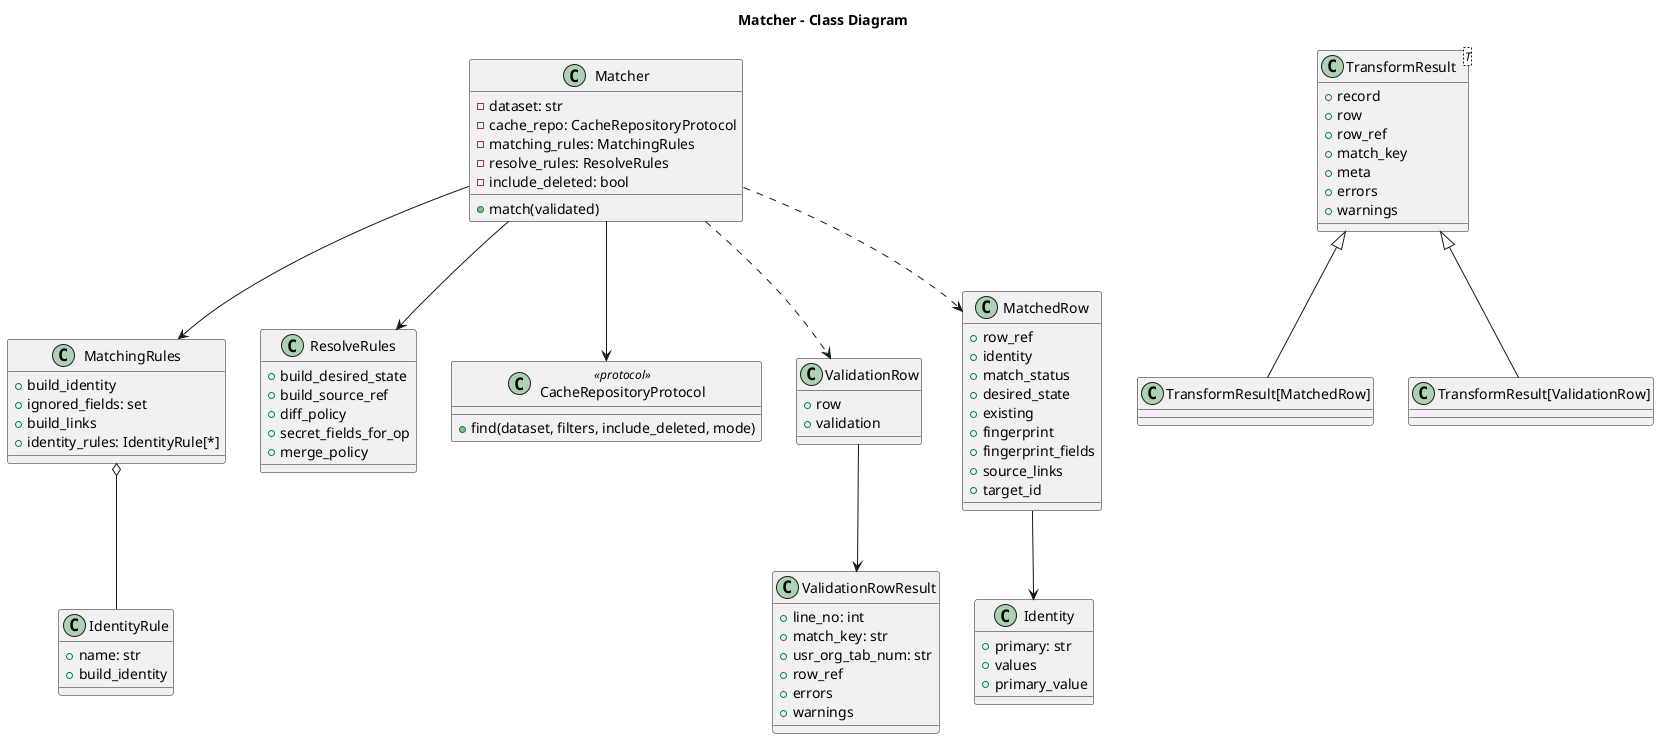
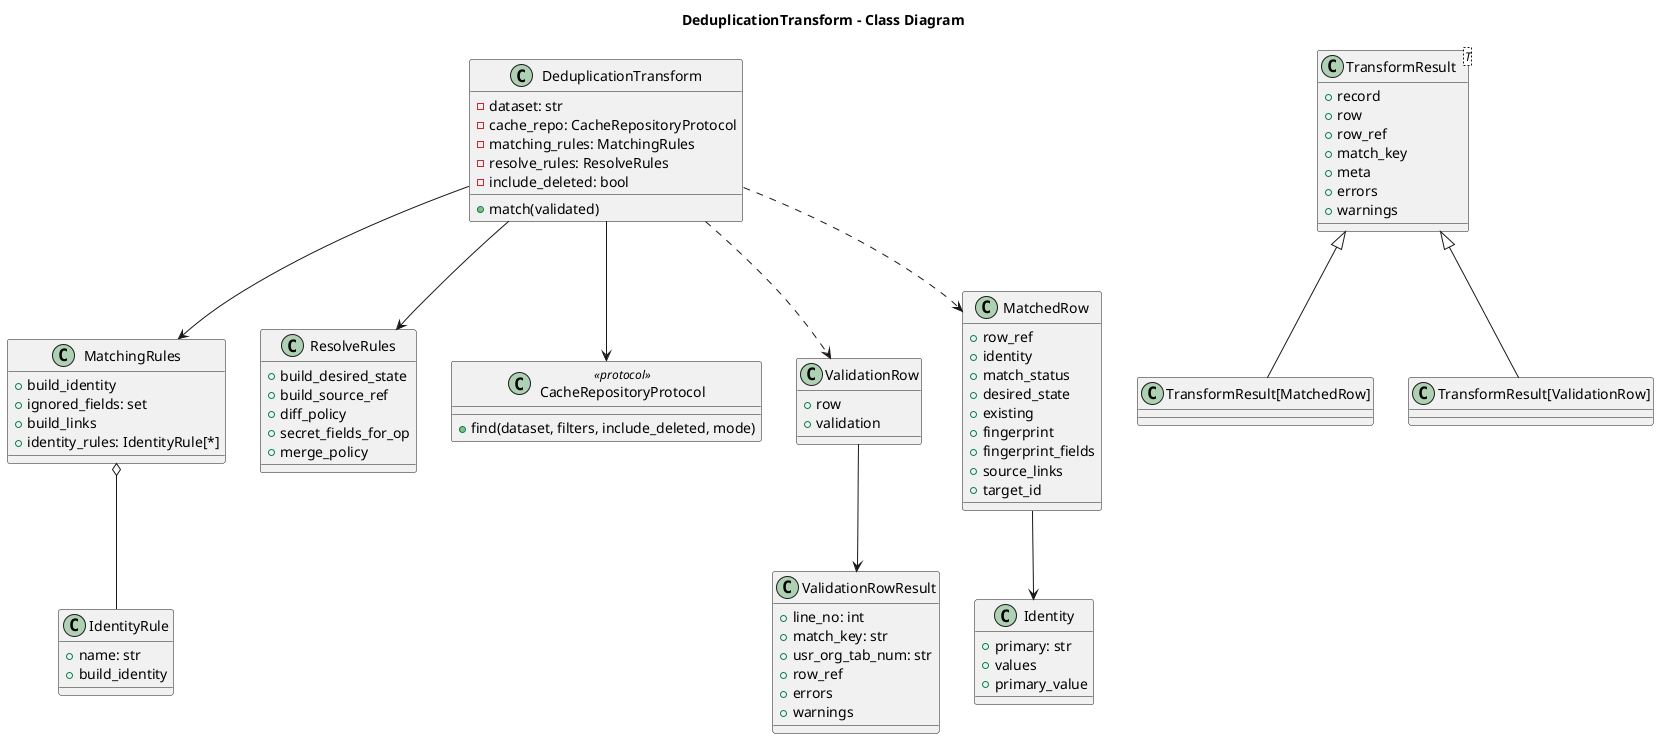
@startuml
- title Matcher - Class Diagram
+ title DeduplicationTransform - Class Diagram

- class Matcher {
+ class DeduplicationTransform {
  - dataset: str
  - cache_repo: CacheRepositoryProtocol
  - matching_rules: MatchingRules
  - resolve_rules: ResolveRules
  - include_deleted: bool
  + match(validated)
}

class MatchingRules {
  + build_identity
  + ignored_fields: set
  + build_links
  + identity_rules: IdentityRule[*]
}

class IdentityRule {
  + name: str
  + build_identity
}

class ResolveRules {
  + build_desired_state
  + build_source_ref
  + diff_policy
  + secret_fields_for_op
  + merge_policy
}

class CacheRepositoryProtocol <<protocol>> {
  + find(dataset, filters, include_deleted, mode)
}

class ValidationRow {
  + row
  + validation
}

class ValidationRowResult {
  + line_no: int
  + match_key: str
  + usr_org_tab_num: str
  + row_ref
  + errors
  + warnings
}

class Identity {
  + primary: str
  + values
  + primary_value
}

class MatchedRow {
  + row_ref
  + identity
  + match_status
  + desired_state
  + existing
  + fingerprint
  + fingerprint_fields
  + source_links
  + target_id
}

class TransformResult<T> {
  + record
  + row
  + row_ref
  + match_key
  + meta
  + errors
  + warnings
}

- Matcher --> MatchingRules
- Matcher --> ResolveRules
- Matcher --> CacheRepositoryProtocol
- Matcher ..> MatchedRow
- Matcher ..> ValidationRow
+ DeduplicationTransform --> MatchingRules
+ DeduplicationTransform --> ResolveRules
+ DeduplicationTransform --> CacheRepositoryProtocol
+ DeduplicationTransform ..> MatchedRow
+ DeduplicationTransform ..> ValidationRow
MatchingRules o-- IdentityRule
ValidationRow --> ValidationRowResult
MatchedRow --> Identity
TransformResult <|-- "TransformResult[MatchedRow]"
TransformResult <|-- "TransformResult[ValidationRow]"

@enduml
